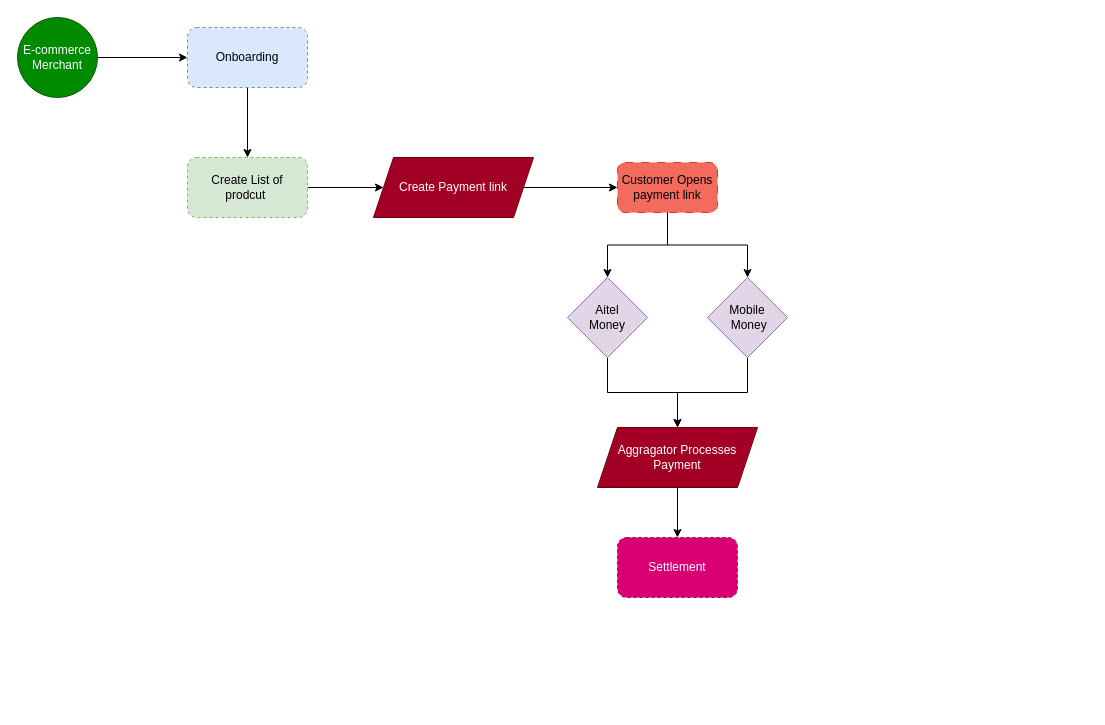
This is page "E- Flow One" (2 of 3) of Inspecta Diagram.drawio from dabiko/draw-io, a draw.io file, before an edit. Source tidied: cells renumbered, new cells numbered last; positions are measured from the earlier drawing's top-left corner, leaving out a move shared by most shapes. Both pictures are drawn from the tidied source at 100%, with x=0, y=0 at pixel (17, 17).
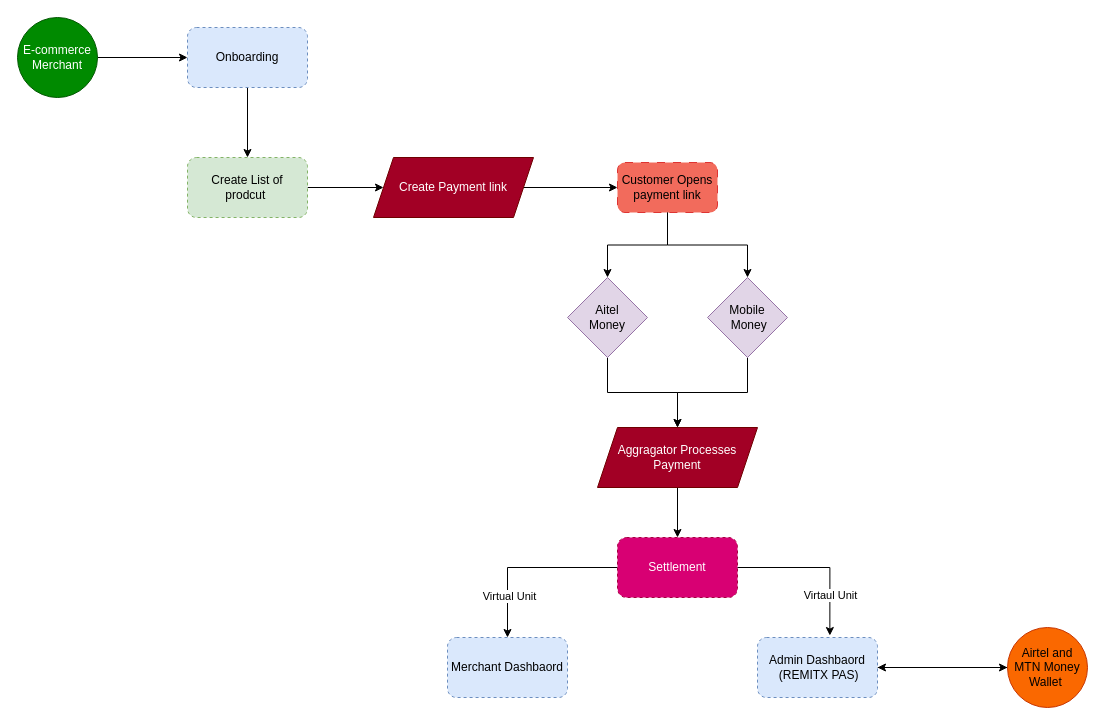
Above is the later version.

Unchanged cells that the change refers to:
```xml
<mxCell id="18" value="Settlement" style="rounded=1;whiteSpace=wrap;html=1;fillColor=#d80073;strokeColor=#A50040;dashed=1;fontColor=#ffffff;" parent="1" vertex="1">
  <mxGeometry x="600" y="520" width="120" height="60" as="geometry" />
</mxCell>
```

The edit, as a diff of the source:
```diff
@@
+    <mxCell id="20" style="edgeStyle=orthogonalEdgeStyle;rounded=0;jettySize=auto;html=1;entryX=0.5;entryY=0;entryDx=0;entryDy=0;" parent="1" edge="1" source="18" target="22">
+      <mxGeometry relative="1" as="geometry" />
+    </mxCell>
+    <mxCell id="21" value="Virtual Unit" style="edgeLabel;html=1;align=center;verticalAlign=middle;" parent="20" vertex="1">
+      <mxGeometry x="0.53" y="1" relative="1" as="geometry" />
+    </mxCell>
@@
+    <mxCell id="22" value="Merchant Dashbaord" style="rounded=1;whiteSpace=wrap;html=1;fillColor=#dae8fc;strokeColor=#6c8ebf;dashed=1;" parent="1" vertex="1">
+      <mxGeometry x="430" y="620" width="120" height="60" as="geometry" />
+    </mxCell>
+    <mxCell id="23" style="edgeStyle=orthogonalEdgeStyle;rounded=0;jettySize=auto;html=1;" parent="1" edge="1" source="24" target="29">
+      <mxGeometry relative="1" as="geometry" />
+    </mxCell>
+    <mxCell id="24" value="Admin Dashbaord&lt;div&gt;&amp;nbsp;(REMITX PAS)&lt;/div&gt;" style="rounded=1;whiteSpace=wrap;html=1;fillColor=#dae8fc;strokeColor=#6c8ebf;dashed=1;" parent="1" vertex="1">
+      <mxGeometry x="740" y="620" width="120" height="60" as="geometry" />
+    </mxCell>
+    <mxCell id="25" style="edgeStyle=orthogonalEdgeStyle;rounded=0;jettySize=auto;html=1;entryX=0.603;entryY=-0.033;entryDx=0;entryDy=0;entryPerimeter=0;" parent="1" edge="1" source="18" target="24">
+      <mxGeometry relative="1" as="geometry" />
+    </mxCell>
+    <mxCell id="26" style="edgeLabel;html=1;align=center;verticalAlign=middle;" parent="25" vertex="1">
+      <mxGeometry x="0.5" relative="1" as="geometry" />
+    </mxCell>
+    <mxCell id="27" value="Virtaul Unit" style="edgeLabel;html=1;align=center;verticalAlign=middle;" parent="25" vertex="1">
+      <mxGeometry x="0.5" relative="1" as="geometry" />
+    </mxCell>
+    <mxCell id="28" style="edgeStyle=orthogonalEdgeStyle;rounded=0;jettySize=auto;html=1;" parent="1" edge="1" source="29">
+      <mxGeometry relative="1" as="geometry">
+        <mxPoint x="860" y="650" as="targetPoint" />
+      </mxGeometry>
+    </mxCell>
+    <mxCell id="29" value="&lt;div style=&quot;&quot;&gt;Airtel and MTN Money Wallet&amp;nbsp;&lt;/div&gt;" style="ellipse;whiteSpace=wrap;html=1;fillColor=#fa6800;strokeColor=#C73500;align=center;fontColor=#000000;" parent="1" vertex="1">
+      <mxGeometry x="990" y="610" width="80" height="80" as="geometry" />
+    </mxCell>
```
